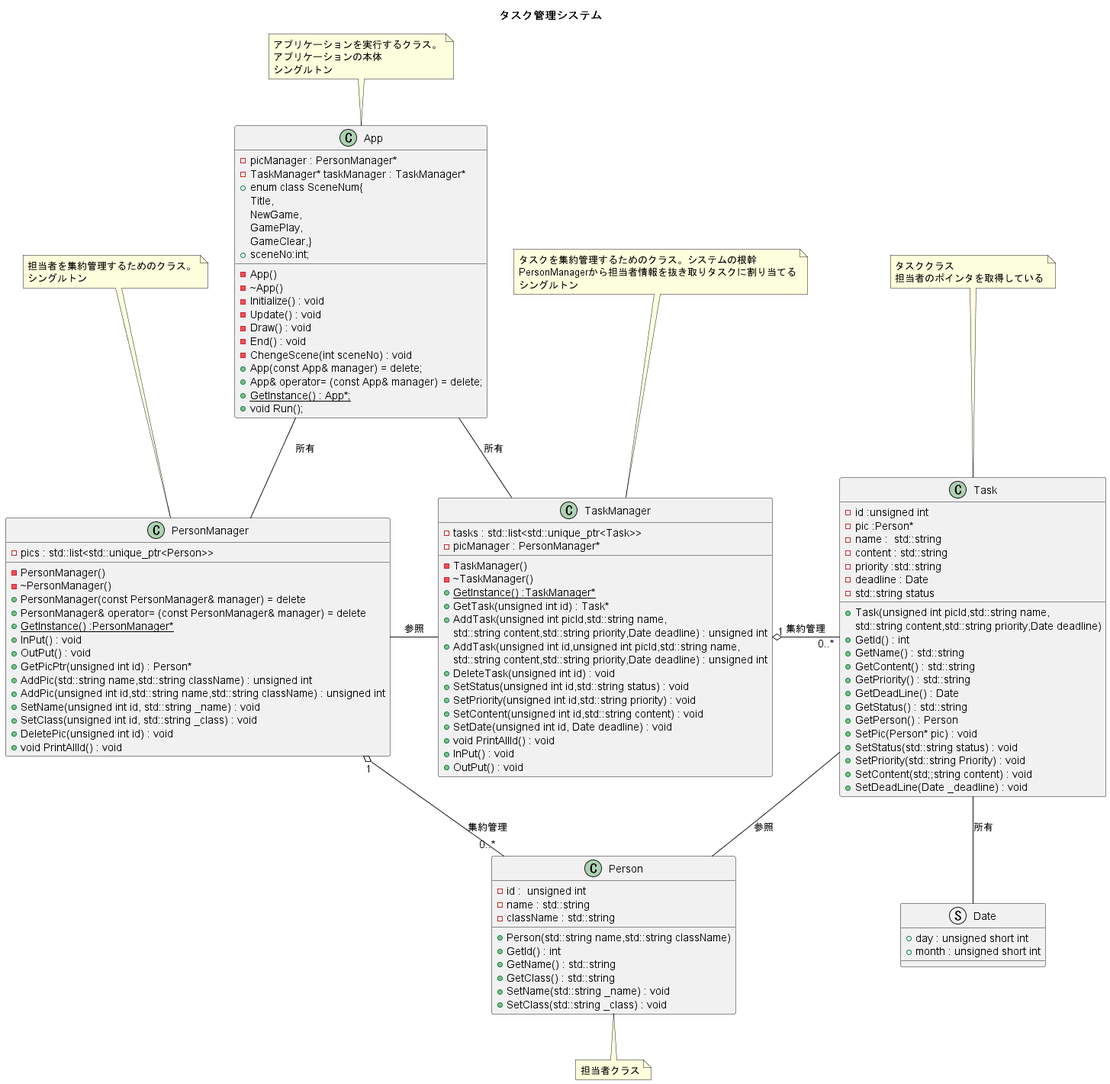
This is uml/class.png from maple-c-blossom/PG3, a PlantUML export, as it was before one commit.
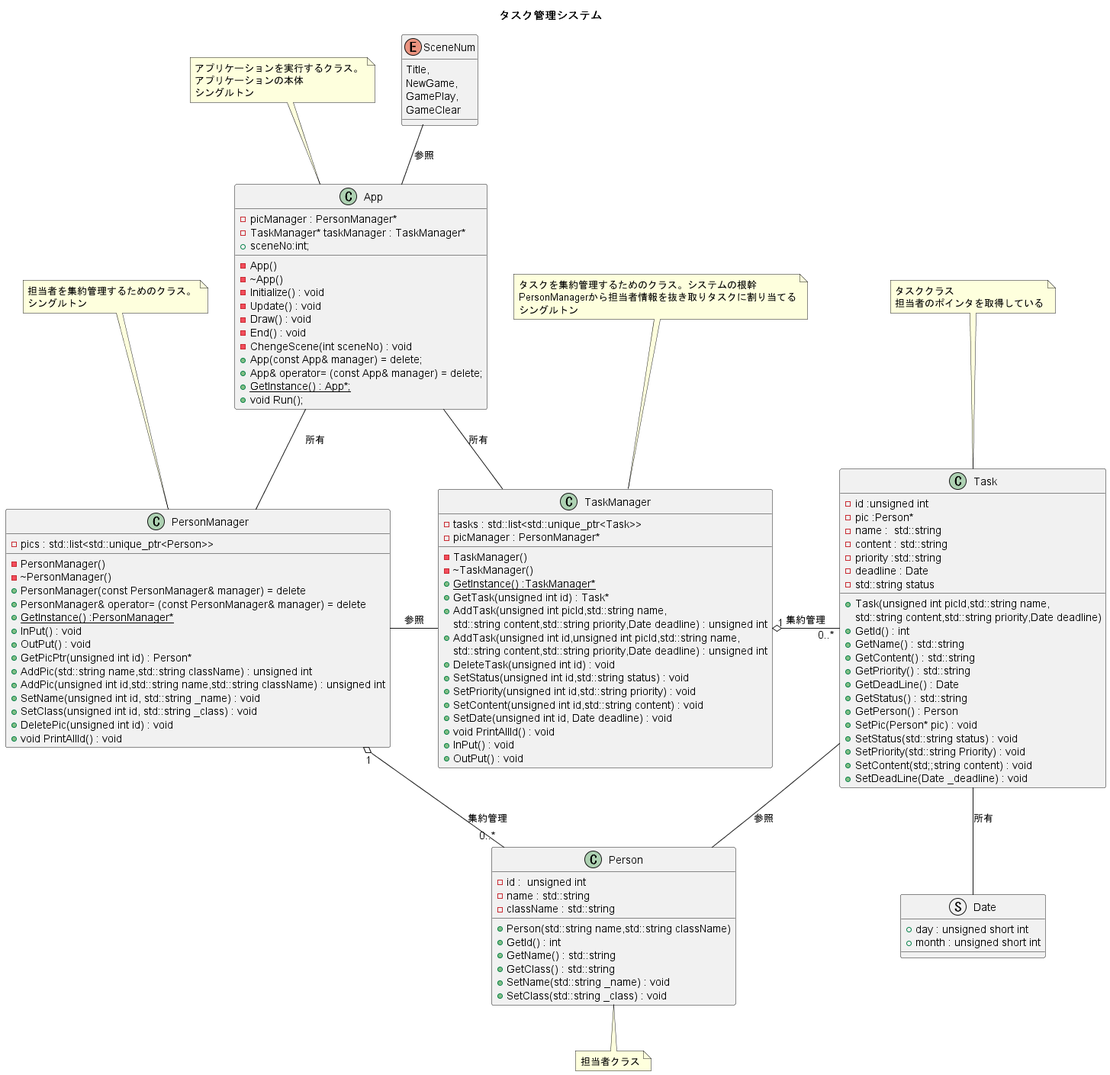
The same file after the commit.

The edit, as a diff of the source:
```diff
@@ -23,7 +23,12 @@
 シングルトン
 end note
 
-
+enum SceneNum{
+    Title,
+    NewGame,
+    GamePlay,
+    GameClear
+    }
 class App{
 	- App()
 	- ~App()
@@ -34,11 +39,6 @@
 	- ChengeScene(int sceneNo) : void
 	- picManager : PersonManager*
 	- TaskManager* taskManager : TaskManager*
-	+ enum class SceneNum{
-		Title,
-		NewGame,
-		GamePlay,
-		GameClear,}
 	+ App(const App& manager) = delete;
 	+ App& operator= (const App& manager) = delete;
 	+ {static} GetInstance() : App*;
@@ -125,6 +125,7 @@
     + InPut() : void
     + OutPut() : void
 }
+SceneNum -- App:参照
 App - TaskManager : 所有
 App -- PersonManager :　所有
 PersonManager "1" o- "0..*"Person :集約管理
```
